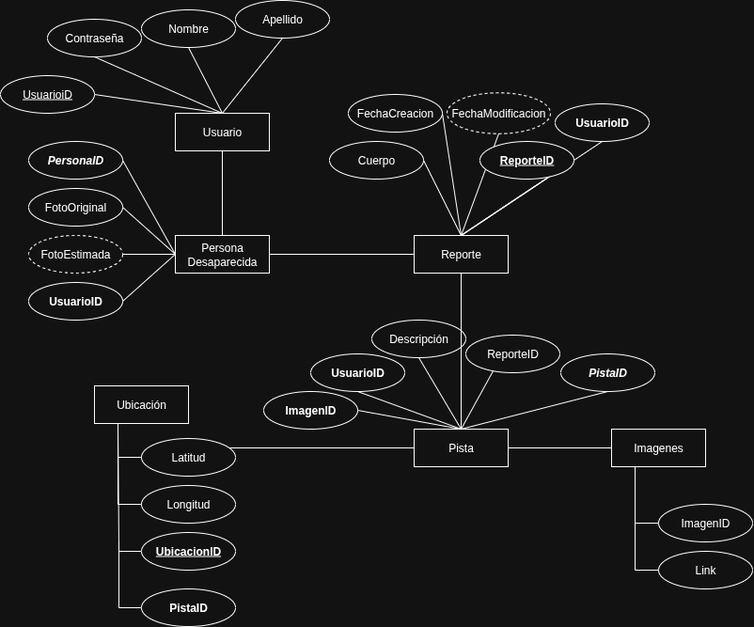
Above: Documentacion/ONG-Registro.drawio.png in DenisPablo/SeguimientoDePersonasDesaparecidasONG (draw.io), before the change. Source tidied: cells renumbered, new cells last; positions are measured from the earlier drawing's top-left corner, leaving out a move shared by most shapes.
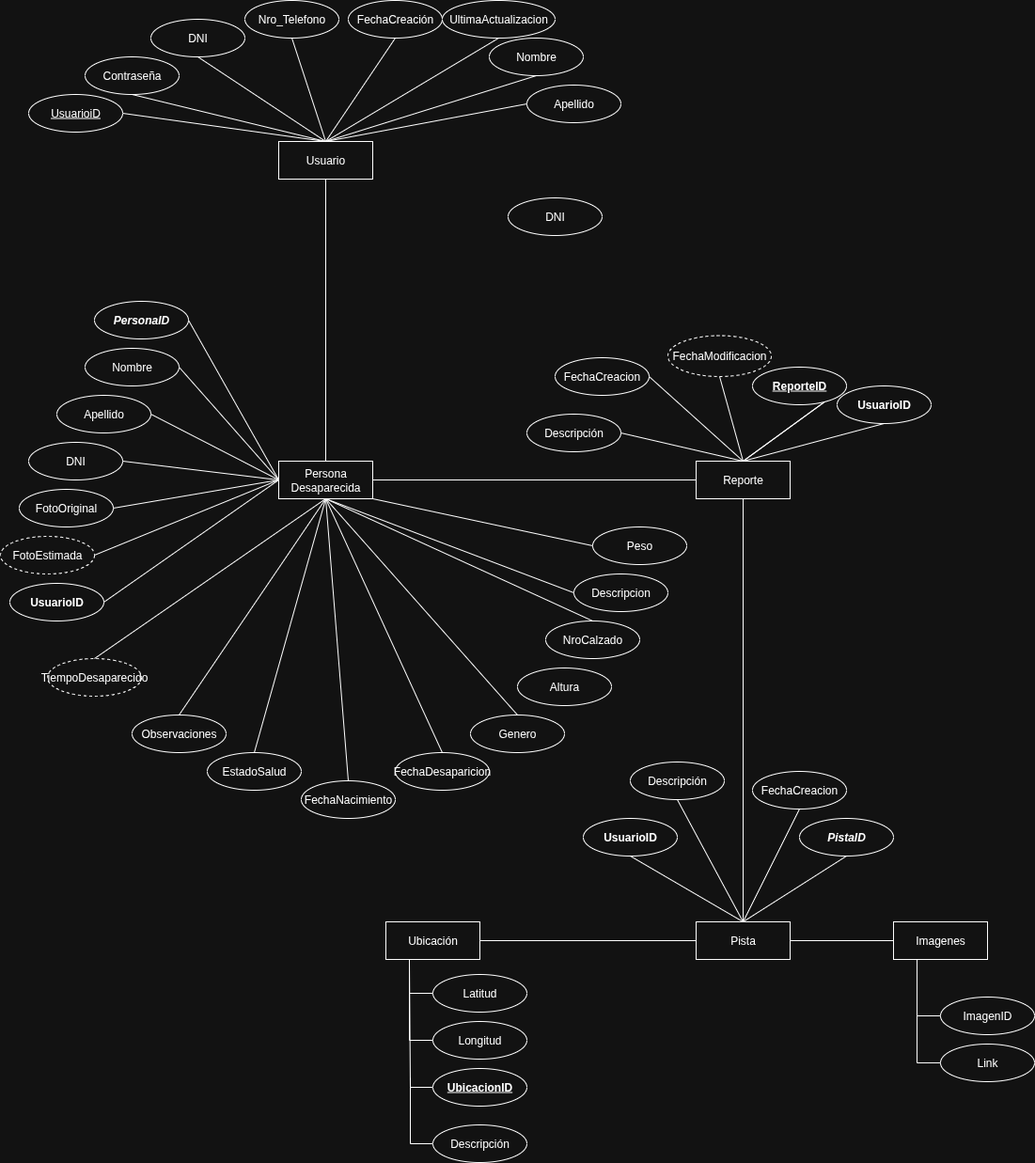
The same diagram one commit later.

What changed in the source:
```diff
@@ -5,20 +5,18 @@
     <mxCell id="2" value="Persona Desaparecida" style="whiteSpace=wrap;html=1;align=center;" parent="1" vertex="1">
-      <mxGeometry x="186" y="250" width="100" height="40" as="geometry" />
+      <mxGeometry x="6" y="240" width="100" height="40" as="geometry" />
     </mxCell>
     <mxCell id="3" value="Reporte" style="whiteSpace=wrap;html=1;align=center;" parent="1" vertex="1">
-      <mxGeometry x="440" y="250" width="100" height="40" as="geometry" />
+      <mxGeometry x="450" y="240" width="100" height="40" as="geometry" />
     </mxCell>
     <mxCell id="4" value="Pista" style="whiteSpace=wrap;html=1;align=center;" parent="1" vertex="1">
-      <mxGeometry x="440" y="456" width="100" height="40" as="geometry" />
+      <mxGeometry x="450" y="730" width="100" height="40" as="geometry" />
     </mxCell>
     <mxCell id="5" value="Ubicación" style="whiteSpace=wrap;html=1;align=center;" parent="1" vertex="1">
-      <mxGeometry x="100" y="410" width="100" height="40" as="geometry" />
+      <mxGeometry x="120" y="730" width="100" height="40" as="geometry" />
     </mxCell>
     <mxCell id="6" value="Usuario" style="whiteSpace=wrap;html=1;align=center;" parent="1" vertex="1">
-      <mxGeometry x="186" y="120" width="100" height="40" as="geometry" />
+      <mxGeometry x="6" y="-100" width="100" height="40" as="geometry" />
     </mxCell>
-    <mxCell id="7" style="endArrow=none;html=1;rounded=0;entryX=1;entryY=0.5;entryDx=0;entryDy=0;exitX=0;exitY=0.5;exitDx=0;exitDy=0;" parent="1" edge="1" source="4">
-      <mxGeometry relative="1" as="geometry">
-        <mxPoint x="210" y="476" as="targetPoint" />
-      </mxGeometry>
+    <mxCell id="7" style="endArrow=none;html=1;rounded=0;entryX=1;entryY=0.5;entryDx=0;entryDy=0;exitX=0;exitY=0.5;exitDx=0;exitDy=0;" parent="1" edge="1" source="4" target="5">
+      <mxGeometry relative="1" as="geometry" />
     </mxCell>
@@ -28,9 +26,9 @@
     <mxCell id="9" value="Contraseña" style="ellipse;whiteSpace=wrap;html=1;align=center;" parent="1" vertex="1">
-      <mxGeometry x="50" y="20" width="100" height="40" as="geometry" />
+      <mxGeometry x="-200" y="-190" width="100" height="40" as="geometry" />
     </mxCell>
     <mxCell id="10" value="Nombre" style="ellipse;whiteSpace=wrap;html=1;align=center;" parent="1" vertex="1">
-      <mxGeometry x="150" y="10" width="100" height="40" as="geometry" />
+      <mxGeometry x="230" y="-210" width="100" height="40" as="geometry" />
     </mxCell>
     <mxCell id="11" value="Apellido" style="ellipse;whiteSpace=wrap;html=1;align=center;" parent="1" vertex="1">
-      <mxGeometry x="250" width="100" height="40" as="geometry" />
+      <mxGeometry x="270" y="-160" width="100" height="40" as="geometry" />
     </mxCell>
@@ -45,10 +43,10 @@
     </mxCell>
-    <mxCell id="15" style="endArrow=none;html=1;rounded=0;entryX=0.5;entryY=1;entryDx=0;entryDy=0;exitX=0.5;exitY=0;exitDx=0;exitDy=0;" parent="1" edge="1" source="6" target="11">
+    <mxCell id="15" style="endArrow=none;html=1;rounded=0;entryX=0;entryY=0.5;entryDx=0;entryDy=0;exitX=0.5;exitY=0;exitDx=0;exitDy=0;" parent="1" edge="1" source="6" target="11">
       <mxGeometry relative="1" as="geometry" />
     </mxCell>
-    <mxCell id="16" value="Cuerpo" style="ellipse;whiteSpace=wrap;html=1;align=center;" parent="1" vertex="1">
-      <mxGeometry x="350" y="150" width="100" height="40" as="geometry" />
+    <mxCell id="16" value="Descripción" style="ellipse;whiteSpace=wrap;html=1;align=center;" parent="1" vertex="1">
+      <mxGeometry x="270" y="190" width="100" height="40" as="geometry" />
     </mxCell>
     <mxCell id="17" value="FechaCreacion" style="ellipse;whiteSpace=wrap;html=1;align=center;" parent="1" vertex="1">
-      <mxGeometry x="370" y="100" width="100" height="40" as="geometry" />
+      <mxGeometry x="300" y="130" width="100" height="40" as="geometry" />
     </mxCell>
@@ -66,10 +64,4 @@
     </mxCell>
-    <mxCell id="22" style="endArrow=none;html=1;rounded=0;entryX=0.5;entryY=0;entryDx=0;entryDy=0;exitX=0.5;exitY=0;exitDx=0;exitDy=0;" parent="1" edge="1" source="4" target="23">
-      <mxGeometry relative="1" as="geometry" />
-    </mxCell>
-    <mxCell id="23" value="ReporteID" style="ellipse;whiteSpace=wrap;html=1;align=center;" parent="1" vertex="1">
-      <mxGeometry x="495" y="356" width="100" height="40" as="geometry" />
-    </mxCell>
     <mxCell id="24" value="Imagenes" style="whiteSpace=wrap;html=1;align=center;" parent="1" vertex="1">
-      <mxGeometry x="650" y="456" width="100" height="40" as="geometry" />
+      <mxGeometry x="660" y="730" width="100" height="40" as="geometry" />
     </mxCell>
@@ -79,3 +71,3 @@
     <mxCell id="26" value="&lt;div&gt;Descripción&lt;/div&gt;" style="ellipse;whiteSpace=wrap;html=1;align=center;" parent="1" vertex="1">
-      <mxGeometry x="395" y="340" width="100" height="40" as="geometry" />
+      <mxGeometry x="380" y="560" width="100" height="40" as="geometry" />
     </mxCell>
@@ -85,9 +77,9 @@
     <mxCell id="28" value="FechaModificacion" style="ellipse;whiteSpace=wrap;html=1;align=center;dashed=1;" parent="1" vertex="1">
-      <mxGeometry x="475" y="98.2" width="110" height="43.5" as="geometry" />
+      <mxGeometry x="420" y="106.5" width="110" height="43.5" as="geometry" />
     </mxCell>
     <mxCell id="29" value="ImagenID" style="ellipse;whiteSpace=wrap;html=1;align=center;" parent="1" vertex="1">
-      <mxGeometry x="700" y="536" width="100" height="40" as="geometry" />
+      <mxGeometry x="710" y="810" width="100" height="40" as="geometry" />
     </mxCell>
     <mxCell id="30" value="Link" style="ellipse;whiteSpace=wrap;html=1;align=center;" parent="1" vertex="1">
-      <mxGeometry x="700" y="586" width="100" height="40" as="geometry" />
+      <mxGeometry x="710" y="860" width="100" height="40" as="geometry" />
     </mxCell>
@@ -96,3 +88,3 @@
         <Array as="points">
-          <mxPoint x="675" y="556" />
+          <mxPoint x="685" y="830" />
         </Array>
@@ -103,3 +95,3 @@
         <Array as="points">
-          <mxPoint x="675" y="606" />
+          <mxPoint x="685" y="880" />
         </Array>
@@ -107,9 +99,4 @@
     </mxCell>
-    <mxCell id="33" style="endArrow=none;html=1;rounded=0;exitX=0.5;exitY=1;exitDx=0;exitDy=0;entryX=0.5;entryY=0;entryDx=0;entryDy=0;" parent="1" edge="1" target="34">
-      <mxGeometry relative="1" as="geometry">
-        <mxPoint x="40" y="100" as="sourcePoint" />
-      </mxGeometry>
-    </mxCell>
     <mxCell id="34" value="&lt;u&gt;UsuarioiD&lt;/u&gt;" style="ellipse;whiteSpace=wrap;html=1;align=center;" parent="1" vertex="1">
-      <mxGeometry y="80" width="100" height="40" as="geometry" />
+      <mxGeometry x="-260" y="-150" width="100" height="40" as="geometry" />
     </mxCell>
@@ -119,9 +106,9 @@
     <mxCell id="36" value="&lt;i&gt;&lt;b&gt;PersonaID&lt;/b&gt;&lt;/i&gt;" style="ellipse;whiteSpace=wrap;html=1;align=center;" parent="1" vertex="1">
-      <mxGeometry x="30" y="150" width="100" height="40" as="geometry" />
+      <mxGeometry x="-190" y="70" width="100" height="40" as="geometry" />
     </mxCell>
     <mxCell id="37" value="FotoOriginal" style="ellipse;whiteSpace=wrap;html=1;align=center;" parent="1" vertex="1">
-      <mxGeometry x="30" y="200" width="100" height="40" as="geometry" />
+      <mxGeometry x="-270" y="270" width="100" height="40" as="geometry" />
     </mxCell>
     <mxCell id="38" value="FotoEstimada" style="ellipse;whiteSpace=wrap;html=1;align=center;dashed=1;" parent="1" vertex="1">
-      <mxGeometry x="30" y="250" width="100" height="40" as="geometry" />
+      <mxGeometry x="-290" y="320" width="100" height="40" as="geometry" />
     </mxCell>
@@ -137,6 +124,6 @@
     <mxCell id="42" value="Longitud" style="ellipse;whiteSpace=wrap;html=1;align=center;" parent="1" vertex="1">
-      <mxGeometry x="150" y="516" width="100" height="40" as="geometry" />
+      <mxGeometry x="170" y="836" width="100" height="40" as="geometry" />
     </mxCell>
     <mxCell id="43" value="Latitud" style="ellipse;whiteSpace=wrap;html=1;align=center;" parent="1" vertex="1">
-      <mxGeometry x="150" y="466" width="100" height="40" as="geometry" />
+      <mxGeometry x="170" y="786" width="100" height="40" as="geometry" />
     </mxCell>
@@ -145,3 +132,3 @@
         <Array as="points">
-          <mxPoint x="125" y="486" />
+          <mxPoint x="145" y="806" />
         </Array>
@@ -152,3 +139,3 @@
         <Array as="points">
-          <mxPoint x="125" y="536" />
+          <mxPoint x="145" y="856" />
         </Array>
@@ -157,3 +144,3 @@
     <mxCell id="46" value="&lt;b&gt;UsuarioID&lt;/b&gt;" style="ellipse;whiteSpace=wrap;html=1;align=center;" parent="1" vertex="1">
-      <mxGeometry x="30" y="300" width="100" height="40" as="geometry" />
+      <mxGeometry x="-280" y="370" width="100" height="40" as="geometry" />
     </mxCell>
@@ -163,3 +150,3 @@
     <mxCell id="48" value="&lt;b&gt;UsuarioID&lt;/b&gt;" style="ellipse;whiteSpace=wrap;html=1;align=center;" parent="1" vertex="1">
-      <mxGeometry x="330" y="376" width="100" height="40" as="geometry" />
+      <mxGeometry x="330" y="620" width="100" height="40" as="geometry" />
     </mxCell>
@@ -169,3 +156,3 @@
     <mxCell id="50" value="&lt;b&gt;UsuarioID&lt;/b&gt;" style="ellipse;whiteSpace=wrap;html=1;align=center;" parent="1" vertex="1">
-      <mxGeometry x="590" y="110" width="100" height="40" as="geometry" />
+      <mxGeometry x="600" y="160" width="100" height="40" as="geometry" />
     </mxCell>
@@ -178,3 +165,3 @@
     <mxCell id="53" value="&lt;i&gt;&lt;b&gt;PistaID&lt;/b&gt;&lt;/i&gt;" style="ellipse;whiteSpace=wrap;html=1;align=center;" parent="1" vertex="1">
-      <mxGeometry x="596" y="376" width="100" height="40" as="geometry" />
+      <mxGeometry x="560" y="620" width="100" height="40" as="geometry" />
     </mxCell>
@@ -183,3 +170,3 @@
         <Array as="points">
-          <mxPoint x="126" y="586" />
+          <mxPoint x="146" y="906" />
         </Array>
@@ -188,3 +175,3 @@
     <mxCell id="55" value="&lt;u&gt;&lt;b&gt;UbicacionID&lt;/b&gt;&lt;/u&gt;" style="ellipse;whiteSpace=wrap;html=1;align=center;" parent="1" vertex="1">
-      <mxGeometry x="150" y="566" width="100" height="40" as="geometry" />
+      <mxGeometry x="170" y="886" width="100" height="40" as="geometry" />
     </mxCell>
@@ -192,5 +179,5 @@
       <mxGeometry relative="1" as="geometry">
-        <mxPoint x="126" y="576" as="targetPoint" />
+        <mxPoint x="146" y="896" as="targetPoint" />
         <Array as="points">
-          <mxPoint x="126" y="646" />
+          <mxPoint x="146" y="966" />
         </Array>
@@ -198,4 +185,4 @@
     </mxCell>
-    <mxCell id="57" value="&lt;b&gt;PistaID&lt;/b&gt;" style="ellipse;whiteSpace=wrap;html=1;align=center;" parent="1" vertex="1">
-      <mxGeometry x="150" y="626" width="100" height="40" as="geometry" />
+    <mxCell id="57" value="Descripción" style="ellipse;whiteSpace=wrap;html=1;align=center;" parent="1" vertex="1">
+      <mxGeometry x="170" y="946" width="100" height="40" as="geometry" />
     </mxCell>
@@ -205,3 +192,3 @@
     <mxCell id="59" value="&lt;u&gt;&lt;b&gt;ReporteID&lt;/b&gt;&lt;/u&gt;" style="ellipse;whiteSpace=wrap;html=1;align=center;" parent="1" vertex="1">
-      <mxGeometry x="510" y="150" width="100" height="40" as="geometry" />
+      <mxGeometry x="510" y="140" width="100" height="40" as="geometry" />
     </mxCell>
@@ -210,8 +197,110 @@
     </mxCell>
-    <mxCell id="61" value="&lt;b&gt;ImagenID&lt;/b&gt;" style="ellipse;whiteSpace=wrap;html=1;align=center;" parent="1" vertex="1">
-      <mxGeometry x="280" y="416" width="100" height="40" as="geometry" />
-    </mxCell>
-    <mxCell id="62" style="endArrow=none;html=1;rounded=0;entryX=0.5;entryY=0;entryDx=0;entryDy=0;exitX=1;exitY=0.5;exitDx=0;exitDy=0;" parent="1" edge="1" source="61" target="4">
-      <mxGeometry relative="1" as="geometry" />
-    </mxCell>
+    <mxCell id="63" value="FechaCreacion" style="ellipse;whiteSpace=wrap;html=1;align=center;" parent="1" vertex="1">
+      <mxGeometry x="510" y="570" width="100" height="40" as="geometry" />
+    </mxCell>
+    <mxCell id="64" style="endArrow=none;html=1;rounded=0;entryX=0.5;entryY=1;entryDx=0;entryDy=0;exitX=0.5;exitY=0;exitDx=0;exitDy=0;" parent="1" edge="1" source="4" target="63">
+      <mxGeometry relative="1" as="geometry" />
+    </mxCell>
+    <mxCell id="65" value="Nombre" style="ellipse;whiteSpace=wrap;html=1;align=center;" parent="1" vertex="1">
+      <mxGeometry x="-200" y="120" width="100" height="40" as="geometry" />
+    </mxCell>
+    <mxCell id="66" value="Apellido" style="ellipse;whiteSpace=wrap;html=1;align=center;" parent="1" vertex="1">
+      <mxGeometry x="-230" y="170" width="100" height="40" as="geometry" />
+    </mxCell>
+    <mxCell id="67" value="DNI" style="ellipse;whiteSpace=wrap;html=1;align=center;" parent="1" vertex="1">
+      <mxGeometry x="-260" y="220" width="100" height="40" as="geometry" />
+    </mxCell>
+    <mxCell id="68" style="endArrow=none;html=1;rounded=0;exitX=1;exitY=0.5;exitDx=0;exitDy=0;entryX=0;entryY=0.5;entryDx=0;entryDy=0;" parent="1" edge="1" source="65" target="2">
+      <mxGeometry relative="1" as="geometry" />
+    </mxCell>
+    <mxCell id="69" style="endArrow=none;html=1;rounded=0;exitX=1;exitY=0.5;exitDx=0;exitDy=0;entryX=0;entryY=0.5;entryDx=0;entryDy=0;" parent="1" edge="1" source="66" target="2">
+      <mxGeometry relative="1" as="geometry" />
+    </mxCell>
+    <mxCell id="70" style="endArrow=none;html=1;rounded=0;exitX=1;exitY=0.5;exitDx=0;exitDy=0;entryX=0;entryY=0.5;entryDx=0;entryDy=0;" parent="1" edge="1" source="67" target="2">
+      <mxGeometry relative="1" as="geometry" />
+    </mxCell>
+    <mxCell id="71" value="FechaNacimiento" style="ellipse;whiteSpace=wrap;html=1;align=center;" parent="1" vertex="1">
+      <mxGeometry x="30" y="580" width="100" height="40" as="geometry" />
+    </mxCell>
+    <mxCell id="72" value="FechaDesaparicion" style="ellipse;whiteSpace=wrap;html=1;align=center;" parent="1" vertex="1">
+      <mxGeometry x="130" y="550" width="100" height="40" as="geometry" />
+    </mxCell>
+    <mxCell id="73" value="TiempoDesaparecido" style="ellipse;whiteSpace=wrap;html=1;align=center;dashed=1;" parent="1" vertex="1">
+      <mxGeometry x="-240" y="450" width="100" height="40" as="geometry" />
+    </mxCell>
+    <mxCell id="74" style="endArrow=none;html=1;rounded=0;entryX=0.5;entryY=1;entryDx=0;entryDy=0;exitX=0.5;exitY=0;exitDx=0;exitDy=0;" parent="1" edge="1" source="71" target="2">
+      <mxGeometry relative="1" as="geometry" />
+    </mxCell>
+    <mxCell id="75" style="endArrow=none;html=1;rounded=0;entryX=0.5;entryY=1;entryDx=0;entryDy=0;exitX=0.5;exitY=0;exitDx=0;exitDy=0;" parent="1" edge="1" source="72" target="2">
+      <mxGeometry relative="1" as="geometry" />
+    </mxCell>
+    <mxCell id="76" style="endArrow=none;html=1;rounded=0;entryX=0.5;entryY=1;entryDx=0;entryDy=0;exitX=0.5;exitY=0;exitDx=0;exitDy=0;" parent="1" edge="1" source="73" target="2">
+      <mxGeometry relative="1" as="geometry" />
+    </mxCell>
+    <mxCell id="77" value="Genero" style="ellipse;whiteSpace=wrap;html=1;align=center;" parent="1" vertex="1">
+      <mxGeometry x="210" y="510" width="100" height="40" as="geometry" />
+    </mxCell>
+    <mxCell id="78" style="endArrow=none;html=1;rounded=0;entryX=0.5;entryY=1;entryDx=0;entryDy=0;exitX=0.5;exitY=0;exitDx=0;exitDy=0;" parent="1" edge="1" source="77" target="2">
+      <mxGeometry relative="1" as="geometry" />
+    </mxCell>
+    <mxCell id="79" value="EstadoSalud" style="ellipse;whiteSpace=wrap;html=1;align=center;" parent="1" vertex="1">
+      <mxGeometry x="-70" y="550" width="100" height="40" as="geometry" />
+    </mxCell>
+    <mxCell id="80" style="endArrow=none;html=1;rounded=0;entryX=0.5;entryY=1;entryDx=0;entryDy=0;exitX=0.5;exitY=0;exitDx=0;exitDy=0;" parent="1" edge="1" source="79" target="2">
+      <mxGeometry relative="1" as="geometry" />
+    </mxCell>
+    <mxCell id="81" value="Observaciones" style="ellipse;whiteSpace=wrap;html=1;align=center;" parent="1" vertex="1">
+      <mxGeometry x="-150" y="510" width="100" height="40" as="geometry" />
+    </mxCell>
+    <mxCell id="82" style="endArrow=none;html=1;rounded=0;entryX=0.5;entryY=1;entryDx=0;entryDy=0;exitX=0.5;exitY=0;exitDx=0;exitDy=0;" parent="1" edge="1" source="81" target="2">
+      <mxGeometry relative="1" as="geometry" />
+    </mxCell>
+    <mxCell id="83" value="Altura" style="ellipse;whiteSpace=wrap;html=1;align=center;" parent="1" vertex="1">
+      <mxGeometry x="260" y="460" width="100" height="40" as="geometry" />
+    </mxCell>
+    <mxCell id="84" value="NroCalzado" style="ellipse;whiteSpace=wrap;html=1;align=center;" parent="1" vertex="1">
+      <mxGeometry x="290" y="410" width="100" height="40" as="geometry" />
+    </mxCell>
+    <mxCell id="85" style="endArrow=none;html=1;rounded=0;entryX=0.5;entryY=0;entryDx=0;entryDy=0;exitX=0.5;exitY=1;exitDx=0;exitDy=0;" parent="1" edge="1" source="2" target="84">
+      <mxGeometry relative="1" as="geometry" />
+    </mxCell>
+    <mxCell id="86" value="Descripcion" style="ellipse;whiteSpace=wrap;html=1;align=center;" parent="1" vertex="1">
+      <mxGeometry x="320" y="360" width="100" height="40" as="geometry" />
+    </mxCell>
+    <mxCell id="87" style="endArrow=none;html=1;rounded=0;exitX=0.5;exitY=1;exitDx=0;exitDy=0;entryX=0;entryY=0.5;entryDx=0;entryDy=0;" parent="1" edge="1" source="2" target="86">
+      <mxGeometry relative="1" as="geometry" />
+    </mxCell>
+    <mxCell id="88" value="Peso" style="ellipse;whiteSpace=wrap;html=1;align=center;" parent="1" vertex="1">
+      <mxGeometry x="340" y="310" width="100" height="40" as="geometry" />
+    </mxCell>
+    <mxCell id="89" style="endArrow=none;html=1;rounded=0;entryX=0;entryY=0.5;entryDx=0;entryDy=0;exitX=1;exitY=1;exitDx=0;exitDy=0;" parent="1" edge="1" source="2" target="88">
+      <mxGeometry relative="1" as="geometry" />
+    </mxCell>
+    <mxCell id="90" value="DNI" style="ellipse;whiteSpace=wrap;html=1;align=center;" parent="1" vertex="1">
+      <mxGeometry x="-130" y="-230" width="100" height="40" as="geometry" />
+    </mxCell>
+    <mxCell id="91" value="Nro_Telefono" style="ellipse;whiteSpace=wrap;html=1;align=center;" parent="1" vertex="1">
+      <mxGeometry x="-30" y="-250" width="100" height="40" as="geometry" />
+    </mxCell>
+    <mxCell id="92" value="DNI" style="ellipse;whiteSpace=wrap;html=1;align=center;" parent="1" vertex="1">
+      <mxGeometry x="250" y="-40" width="100" height="40" as="geometry" />
+    </mxCell>
+    <mxCell id="93" value="FechaCreación" style="ellipse;whiteSpace=wrap;html=1;align=center;" parent="1" vertex="1">
+      <mxGeometry x="80" y="-250" width="100" height="40" as="geometry" />
+    </mxCell>
+    <mxCell id="94" value="UltimaActualizacion" style="ellipse;whiteSpace=wrap;html=1;align=center;" parent="1" vertex="1">
+      <mxGeometry x="180" y="-250" width="120" height="40" as="geometry" />
+    </mxCell>
+    <mxCell id="95" style="endArrow=none;html=1;rounded=0;entryX=0.5;entryY=1;entryDx=0;entryDy=0;exitX=0.5;exitY=0;exitDx=0;exitDy=0;" parent="1" edge="1" source="6" target="90">
+      <mxGeometry relative="1" as="geometry" />
+    </mxCell>
+    <mxCell id="96" style="endArrow=none;html=1;rounded=0;entryX=0.5;entryY=1;entryDx=0;entryDy=0;exitX=0.5;exitY=0;exitDx=0;exitDy=0;" parent="1" edge="1" source="6" target="91">
+      <mxGeometry relative="1" as="geometry" />
+    </mxCell>
+    <mxCell id="97" style="endArrow=none;html=1;rounded=0;entryX=0.5;entryY=1;entryDx=0;entryDy=0;exitX=0.5;exitY=0;exitDx=0;exitDy=0;" parent="1" edge="1" source="6" target="93">
+      <mxGeometry relative="1" as="geometry" />
+    </mxCell>
+    <mxCell id="98" style="endArrow=none;html=1;rounded=0;entryX=0.5;entryY=1;entryDx=0;entryDy=0;exitX=0.5;exitY=0;exitDx=0;exitDy=0;" parent="1" edge="1" source="6" target="94">
+      <mxGeometry relative="1" as="geometry" />
+    </mxCell>
   </root>
```
